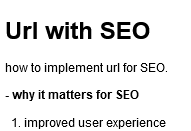
Before: url_overview.png, a diagram exported from draw.io (stsiwo/seo_overview). Source tidied: cells renumbered, new cells last; positions are measured from the earlier drawing's top-left corner, leaving out a move shared by most shapes.
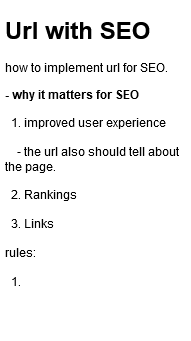
The same diagram one commit later.

Diff of the diagram source:
```diff
@@ -2,8 +2,8 @@
   <root>
     <mxCell id="0" />
     <mxCell id="1" parent="0" />
-    <mxCell id="2" value="&lt;h1&gt;Url with SEO&lt;br&gt;&lt;/h1&gt;&lt;p&gt;how to implement url for SEO.&lt;/p&gt;&lt;div&gt;&lt;b&gt;- why it matters for SEO&lt;br&gt;&lt;/b&gt;&lt;/div&gt;&lt;div&gt;&lt;br&gt;&lt;/div&gt;&lt;div&gt;&amp;nbsp; 1. improved user experience&lt;/div&gt;&lt;div&gt;&lt;br&gt;&lt;/div&gt;&lt;div&gt;&amp;nbsp;&amp;nbsp;&amp;nbsp; - &lt;br&gt;&lt;/div&gt;&lt;div&gt;&lt;br&gt;&lt;/div&gt;&lt;div&gt;&amp;nbsp; 2. Rankings&lt;/div&gt;&lt;div&gt;&lt;br&gt;&lt;/div&gt;&lt;div&gt;&amp;nbsp; 3. Links&lt;br&gt;&lt;/div&gt;&lt;div&gt;&lt;br&gt;&lt;/div&gt;&lt;div&gt;rules:&lt;/div&gt;&lt;div&gt;&lt;br&gt;&lt;/div&gt;&lt;div&gt;&amp;nbsp; 1. &lt;br&gt;&lt;/div&gt;" style="text;html=1;strokeColor=none;fillColor=none;spacing=5;spacingTop=-20;whiteSpace=wrap;overflow=hidden;rounded=0;" parent="1" vertex="1">
-      <mxGeometry width="190" height="120" as="geometry" />
+    <mxCell id="2" value="&lt;h1&gt;Url with SEO&lt;br&gt;&lt;/h1&gt;&lt;p&gt;how to implement url for SEO.&lt;/p&gt;&lt;div&gt;&lt;b&gt;- why it matters for SEO&lt;br&gt;&lt;/b&gt;&lt;/div&gt;&lt;div&gt;&lt;br&gt;&lt;/div&gt;&lt;div&gt;&amp;nbsp; 1. improved user experience&lt;/div&gt;&lt;div&gt;&lt;br&gt;&lt;/div&gt;&lt;div&gt;&amp;nbsp;&amp;nbsp;&amp;nbsp; - the url also should tell about the page.&lt;br&gt;&lt;/div&gt;&lt;div&gt;&lt;br&gt;&lt;/div&gt;&lt;div&gt;&amp;nbsp; 2. Rankings&lt;/div&gt;&lt;div&gt;&lt;br&gt;&lt;/div&gt;&lt;div&gt;&amp;nbsp; 3. Links&lt;br&gt;&lt;/div&gt;&lt;div&gt;&lt;br&gt;&lt;/div&gt;&lt;div&gt;rules:&lt;/div&gt;&lt;div&gt;&lt;br&gt;&lt;/div&gt;&lt;div&gt;&amp;nbsp; 1. &lt;br&gt;&lt;/div&gt;" style="text;html=1;strokeColor=none;fillColor=none;spacing=5;spacingTop=-20;whiteSpace=wrap;overflow=hidden;rounded=0;" parent="1" vertex="1">
+      <mxGeometry width="190" height="330" as="geometry" />
     </mxCell>
   </root>
 </mxGraphModel>
```
